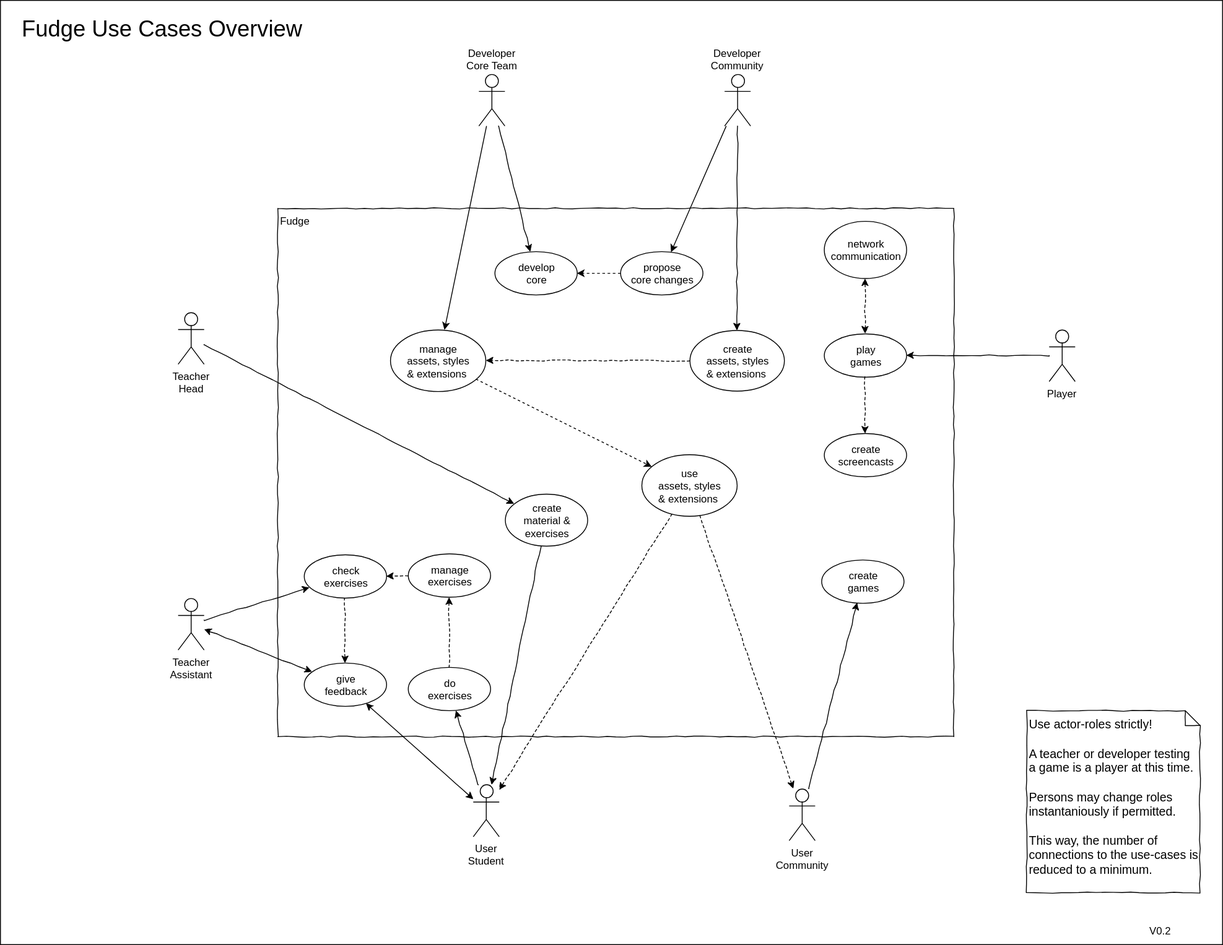
This is Documentation/Design/UseCasesOverview.svg from JirkaDellOro/FUDGE, a draw.io export, as it was before one commit. Source tidied: cells renumbered, new cells last; positions are measured from the earlier drawing's top-left corner, leaving out a move shared by most shapes. Source of this version:
```xml
<mxGraphModel background="#ffffff">
  <root>
    <mxCell id="0" />
    <mxCell id="1" value="Background" parent="0" />
    <mxCell id="2" style="rounded=0;whiteSpace=wrap;html=1;" parent="1" vertex="1">
      <mxGeometry width="1410" height="1090" as="geometry" />
    </mxCell>
    <mxCell id="3" value="&lt;div style=&quot;text-align: left&quot;&gt;&lt;span&gt;Fudge&lt;/span&gt;&lt;/div&gt;" style="rounded=0;whiteSpace=wrap;html=1;shadow=0;glass=0;comic=1;strokeColor=#000000;labelPosition=center;verticalLabelPosition=middle;align=left;verticalAlign=top;absoluteArcSize=1;arcSize=50;" parent="1" vertex="1">
      <mxGeometry x="320" y="240" width="780" height="610" as="geometry" />
    </mxCell>
    <mxCell id="4" value="&lt;div style=&quot;text-align: left&quot;&gt;&lt;span&gt;Use actor-roles strictly!&lt;/span&gt;&lt;/div&gt;&lt;div style=&quot;text-align: left&quot;&gt;&lt;span&gt;&lt;br&gt;&lt;/span&gt;&lt;/div&gt;&lt;div style=&quot;text-align: left&quot;&gt;&lt;span&gt;A teacher or developer testing a game is a player at this time.&lt;/span&gt;&lt;/div&gt;&lt;div style=&quot;text-align: left&quot;&gt;&lt;span&gt;&lt;br&gt;&lt;/span&gt;&lt;/div&gt;&lt;div style=&quot;text-align: left&quot;&gt;Persons may change roles instantaniously if permitted.&lt;/div&gt;&lt;div style=&quot;text-align: left&quot;&gt;&lt;br&gt;&lt;/div&gt;&lt;div style=&quot;text-align: left&quot;&gt;This way, the number of connections to the use-cases is reduced to a minimum.&lt;/div&gt;" style="shape=note;strokeWidth=1;fontSize=14;size=17;whiteSpace=wrap;html=1;rounded=0;shadow=0;comic=1;fillColor=#FFFFFF;align=left;labelPosition=center;verticalLabelPosition=middle;verticalAlign=top;" parent="1" vertex="1">
      <mxGeometry x="1184" y="820" width="200" height="210" as="geometry" />
    </mxCell>
    <mxCell id="5" value="Foreground" parent="0" />
    <mxCell id="6" style="edgeStyle=none;rounded=0;html=1;startArrow=none;startFill=0;jettySize=auto;comic=1;" parent="5" edge="1" source="7" target="15">
      <mxGeometry relative="1" as="geometry" />
    </mxCell>
    <mxCell id="7" value="&lt;span style=&quot;background-color: rgb(255 , 255 , 255)&quot;&gt;User&lt;br&gt;Student&lt;/span&gt;&lt;br&gt;" style="shape=umlActor;verticalLabelPosition=bottom;labelBackgroundColor=#ffffff;verticalAlign=top;html=1;outlineConnect=0;" parent="5" vertex="1">
      <mxGeometry x="545.5" y="905.5" width="30" height="60" as="geometry" />
    </mxCell>
    <mxCell id="8" value="create&lt;br&gt;games" style="ellipse;whiteSpace=wrap;html=1;rounded=1;shadow=0;strokeWidth=1;comic=1;" parent="5" vertex="1">
      <mxGeometry x="947.5" y="645.5" width="95" height="50" as="geometry" />
    </mxCell>
    <mxCell id="9" value="create&lt;br&gt;screencasts&lt;br&gt;" style="ellipse;whiteSpace=wrap;html=1;rounded=1;shadow=0;strokeWidth=1;comic=1;" parent="5" vertex="1">
      <mxGeometry x="950" y="500" width="95" height="50" as="geometry" />
    </mxCell>
    <mxCell id="10" style="edgeStyle=none;rounded=0;comic=1;html=1;startArrow=classic;startFill=1;jettySize=auto;dashed=1;" parent="5" edge="1" source="11" target="12">
      <mxGeometry relative="1" as="geometry" />
    </mxCell>
    <mxCell id="11" value="play&lt;br&gt;games" style="ellipse;whiteSpace=wrap;html=1;rounded=1;shadow=0;strokeWidth=1;comic=1;" parent="5" vertex="1">
      <mxGeometry x="950" y="384.5" width="95" height="50" as="geometry" />
    </mxCell>
    <mxCell id="12" value="network&lt;br&gt;communication&lt;br&gt;" style="ellipse;whiteSpace=wrap;html=1;rounded=1;shadow=0;strokeWidth=1;comic=1;" parent="5" vertex="1">
      <mxGeometry x="950" y="255" width="95" height="66" as="geometry" />
    </mxCell>
    <mxCell id="13" style="edgeStyle=none;rounded=0;html=1;jettySize=auto;startArrow=classic;startFill=1;" parent="5" edge="1" target="17">
      <mxGeometry relative="1" as="geometry" />
    </mxCell>
    <mxCell id="14" style="edgeStyle=none;rounded=0;html=1;dashed=1;startArrow=none;startFill=0;jettySize=auto;comic=1;" parent="5" edge="1" source="15" target="52">
      <mxGeometry relative="1" as="geometry" />
    </mxCell>
    <mxCell id="15" value="do&lt;br&gt;exercises&lt;br&gt;" style="ellipse;whiteSpace=wrap;html=1;rounded=1;shadow=0;strokeWidth=1;comic=1;" parent="5" vertex="1">
      <mxGeometry x="470.5" y="770" width="95" height="50" as="geometry" />
    </mxCell>
    <mxCell id="16" style="edgeStyle=none;rounded=0;html=1;jettySize=auto;startArrow=classic;startFill=1;comic=1;" parent="5" edge="1" source="17" target="7">
      <mxGeometry relative="1" as="geometry" />
    </mxCell>
    <mxCell id="17" value="give&lt;br&gt;feedback" style="ellipse;whiteSpace=wrap;html=1;rounded=1;shadow=0;strokeWidth=1;comic=1;" parent="5" vertex="1">
      <mxGeometry x="350" y="765" width="95" height="50" as="geometry" />
    </mxCell>
    <mxCell id="18" style="edgeStyle=none;rounded=0;html=1;startArrow=none;startFill=0;jettySize=auto;comic=1;" parent="5" edge="1" source="19" target="7">
      <mxGeometry relative="1" as="geometry" />
    </mxCell>
    <mxCell id="19" value="create&lt;br&gt;material &amp;amp;&lt;br&gt;exercises&lt;br&gt;" style="ellipse;whiteSpace=wrap;html=1;rounded=1;shadow=0;strokeWidth=1;comic=1;" parent="5" vertex="1">
      <mxGeometry x="582" y="570" width="95" height="60" as="geometry" />
    </mxCell>
    <mxCell id="20" value="create&lt;br&gt;assets, styles&lt;br&gt;&amp;amp; extensions&amp;nbsp;&lt;br&gt;" style="ellipse;whiteSpace=wrap;html=1;rounded=1;shadow=0;strokeWidth=1;comic=1;" parent="5" vertex="1">
      <mxGeometry x="795" y="381" width="109" height="70" as="geometry" />
    </mxCell>
    <mxCell id="21" style="rounded=0;html=1;startArrow=none;startFill=0;jettySize=auto;" parent="5" edge="1" source="34" target="24">
      <mxGeometry relative="1" as="geometry" />
    </mxCell>
    <mxCell id="22" value="develop&lt;br&gt;core&lt;br&gt;" style="ellipse;whiteSpace=wrap;html=1;rounded=1;shadow=0;strokeWidth=1;comic=1;" parent="5" vertex="1">
      <mxGeometry x="570" y="290" width="95" height="50" as="geometry" />
    </mxCell>
    <mxCell id="23" style="edgeStyle=none;rounded=0;html=1;dashed=1;startArrow=none;startFill=0;jettySize=auto;" parent="5" edge="1" source="24" target="22">
      <mxGeometry relative="1" as="geometry" />
    </mxCell>
    <mxCell id="24" value="propose&lt;br&gt;core changes&lt;br&gt;" style="ellipse;whiteSpace=wrap;html=1;rounded=1;shadow=0;strokeWidth=1;comic=1;" parent="5" vertex="1">
      <mxGeometry x="715.5" y="290" width="95" height="50" as="geometry" />
    </mxCell>
    <mxCell id="25" style="edgeStyle=none;rounded=0;html=1;jettySize=auto;" parent="5" edge="1" source="27">
      <mxGeometry relative="1" as="geometry" />
    </mxCell>
    <mxCell id="26" style="edgeStyle=none;rounded=0;html=1;startArrow=none;startFill=0;jettySize=auto;comic=1;" parent="5" edge="1" source="27" target="8">
      <mxGeometry relative="1" as="geometry" />
    </mxCell>
    <mxCell id="27" value="User&lt;br&gt;Community&lt;br&gt;" style="shape=umlActor;verticalLabelPosition=bottom;labelBackgroundColor=#ffffff;verticalAlign=top;html=1;outlineConnect=0;" parent="5" vertex="1">
      <mxGeometry x="910" y="910" width="30" height="60" as="geometry" />
    </mxCell>
    <mxCell id="28" style="edgeStyle=none;rounded=0;html=1;jettySize=auto;orthogonalLoop=1;" parent="5" edge="1">
      <mxGeometry relative="1" as="geometry">
        <mxPoint x="490" y="530" as="sourcePoint" />
      </mxGeometry>
    </mxCell>
    <mxCell id="29" style="edgeStyle=none;rounded=0;html=1;jettySize=auto;orthogonalLoop=1;" parent="5" edge="1">
      <mxGeometry relative="1" as="geometry" />
    </mxCell>
    <mxCell id="30" style="edgeStyle=none;rounded=0;html=1;startArrow=none;startFill=0;jettySize=auto;comic=1;" parent="5" edge="1" source="32" target="22">
      <mxGeometry relative="1" as="geometry" />
    </mxCell>
    <mxCell id="31" style="edgeStyle=none;rounded=0;html=1;jettySize=auto;" parent="5" edge="1" source="32" target="50">
      <mxGeometry relative="1" as="geometry" />
    </mxCell>
    <mxCell id="32" value="Developer&lt;br&gt;Core Team&lt;br&gt;" style="shape=umlActor;verticalLabelPosition=top;labelBackgroundColor=#ffffff;verticalAlign=bottom;html=1;outlineConnect=0;labelPosition=center;align=center;" parent="5" vertex="1">
      <mxGeometry x="552" y="85" width="30" height="60" as="geometry" />
    </mxCell>
    <mxCell id="33" style="edgeStyle=none;rounded=0;html=1;startArrow=none;startFill=0;jettySize=auto;comic=1;" parent="5" edge="1" source="34" target="20">
      <mxGeometry relative="1" as="geometry" />
    </mxCell>
    <mxCell id="34" value="Developer&lt;br&gt;Community&lt;br&gt;" style="shape=umlActor;verticalLabelPosition=top;labelBackgroundColor=#ffffff;verticalAlign=bottom;html=1;outlineConnect=0;labelPosition=center;align=center;" parent="5" vertex="1">
      <mxGeometry x="835.5" y="85" width="30" height="60" as="geometry" />
    </mxCell>
    <mxCell id="35" style="edgeStyle=none;rounded=0;html=1;startArrow=none;startFill=0;jettySize=auto;comic=1;" parent="5" edge="1" source="37" target="19">
      <mxGeometry relative="1" as="geometry" />
    </mxCell>
    <mxCell id="36" style="edgeStyle=none;rounded=0;comic=1;html=1;startArrow=none;startFill=0;jettySize=auto;dashed=1;" parent="5" edge="1" source="11" target="9">
      <mxGeometry relative="1" as="geometry" />
    </mxCell>
    <mxCell id="37" value="Teacher&lt;br&gt;Head&lt;br&gt;" style="shape=umlActor;verticalLabelPosition=bottom;labelBackgroundColor=#ffffff;verticalAlign=top;html=1;outlineConnect=0;" parent="5" vertex="1">
      <mxGeometry x="205" y="360" width="30" height="60" as="geometry" />
    </mxCell>
    <mxCell id="38" style="edgeStyle=none;rounded=0;html=1;startArrow=none;startFill=0;jettySize=auto;comic=1;" parent="5" edge="1" source="39" target="11">
      <mxGeometry relative="1" as="geometry" />
    </mxCell>
    <mxCell id="39" value="Player&lt;br&gt;" style="shape=umlActor;verticalLabelPosition=bottom;labelBackgroundColor=#ffffff;verticalAlign=top;html=1;outlineConnect=0;direction=east;" parent="5" vertex="1">
      <mxGeometry x="1210" y="380" width="30" height="60" as="geometry" />
    </mxCell>
    <mxCell id="40" style="edgeStyle=none;rounded=0;html=1;startArrow=classic;startFill=1;jettySize=auto;comic=1;" parent="5" edge="1" source="41" target="17">
      <mxGeometry relative="1" as="geometry" />
    </mxCell>
    <mxCell id="41" value="Teacher&lt;br&gt;Assistant&lt;br&gt;" style="shape=umlActor;verticalLabelPosition=bottom;labelBackgroundColor=#ffffff;verticalAlign=top;html=1;outlineConnect=0;" parent="5" vertex="1">
      <mxGeometry x="205" y="690" width="30" height="60" as="geometry" />
    </mxCell>
    <mxCell id="42" style="edgeStyle=none;rounded=0;html=1;jettySize=auto;comic=1;" parent="5" edge="1" source="41" target="44">
      <mxGeometry relative="1" as="geometry" />
    </mxCell>
    <mxCell id="43" style="edgeStyle=none;rounded=0;html=1;dashed=1;startArrow=none;startFill=0;jettySize=auto;comic=1;" parent="5" edge="1" source="44" target="17">
      <mxGeometry relative="1" as="geometry" />
    </mxCell>
    <mxCell id="44" value="check&lt;br&gt;exercises" style="ellipse;whiteSpace=wrap;html=1;rounded=1;shadow=0;strokeWidth=1;comic=1;" parent="5" vertex="1">
      <mxGeometry x="350" y="640" width="95" height="50" as="geometry" />
    </mxCell>
    <mxCell id="45" style="edgeStyle=none;rounded=0;html=1;jettySize=auto;dashed=1;comic=1;" parent="5" edge="1" source="20" target="50">
      <mxGeometry relative="1" as="geometry" />
    </mxCell>
    <mxCell id="46" style="edgeStyle=none;rounded=0;html=1;jettySize=auto;comic=1;dashed=1;" parent="5" edge="1" source="49" target="7">
      <mxGeometry relative="1" as="geometry" />
    </mxCell>
    <mxCell id="47" style="edgeStyle=none;rounded=0;html=1;jettySize=auto;comic=1;dashed=1;" parent="5" edge="1" source="49" target="27">
      <mxGeometry relative="1" as="geometry" />
    </mxCell>
    <mxCell id="48" style="rounded=0;html=1;jettySize=auto;dashed=1;" parent="5" edge="1" source="50" target="49">
      <mxGeometry relative="1" as="geometry" />
    </mxCell>
    <mxCell id="49" value="use&lt;br&gt;assets, styles&lt;br&gt;&amp;amp; extensions&amp;nbsp;&lt;br&gt;" style="ellipse;whiteSpace=wrap;html=1;rounded=1;shadow=0;strokeWidth=1;comic=1;" parent="5" vertex="1">
      <mxGeometry x="740" y="524.5" width="110" height="71" as="geometry" />
    </mxCell>
    <mxCell id="50" value="manage&lt;br&gt;assets, styles&lt;br&gt;&amp;amp; extensions&amp;nbsp;&lt;br&gt;" style="ellipse;whiteSpace=wrap;html=1;rounded=1;shadow=0;strokeWidth=1;comic=1;" parent="5" vertex="1">
      <mxGeometry x="450" y="380" width="110" height="71" as="geometry" />
    </mxCell>
    <mxCell id="51" style="edgeStyle=none;rounded=0;html=1;startArrow=none;startFill=0;jettySize=auto;dashed=1;comic=1;" parent="5" edge="1" source="52" target="44">
      <mxGeometry relative="1" as="geometry" />
    </mxCell>
    <mxCell id="52" value="manage&lt;br&gt;exercises&lt;br&gt;" style="ellipse;whiteSpace=wrap;html=1;rounded=1;shadow=0;strokeWidth=1;comic=1;" parent="5" vertex="1">
      <mxGeometry x="470" y="639" width="95" height="50" as="geometry" />
    </mxCell>
    <mxCell id="53" value="&lt;font style=&quot;font-size: 26px&quot;&gt;Fudge Use Cases Overview&lt;/font&gt;" style="text;html=1;align=left;verticalAlign=top;spacingTop=-4;" parent="5" vertex="1">
      <mxGeometry x="23" y="15" width="340" height="20" as="geometry" />
    </mxCell>
    <mxCell id="54" value="V0.2&amp;nbsp;" style="text;html=1;align=left;verticalAlign=top;spacingTop=-4;" parent="5" vertex="1">
      <mxGeometry x="1324" y="1065" width="40" height="20" as="geometry" />
    </mxCell>
  </root>
</mxGraphModel>
```
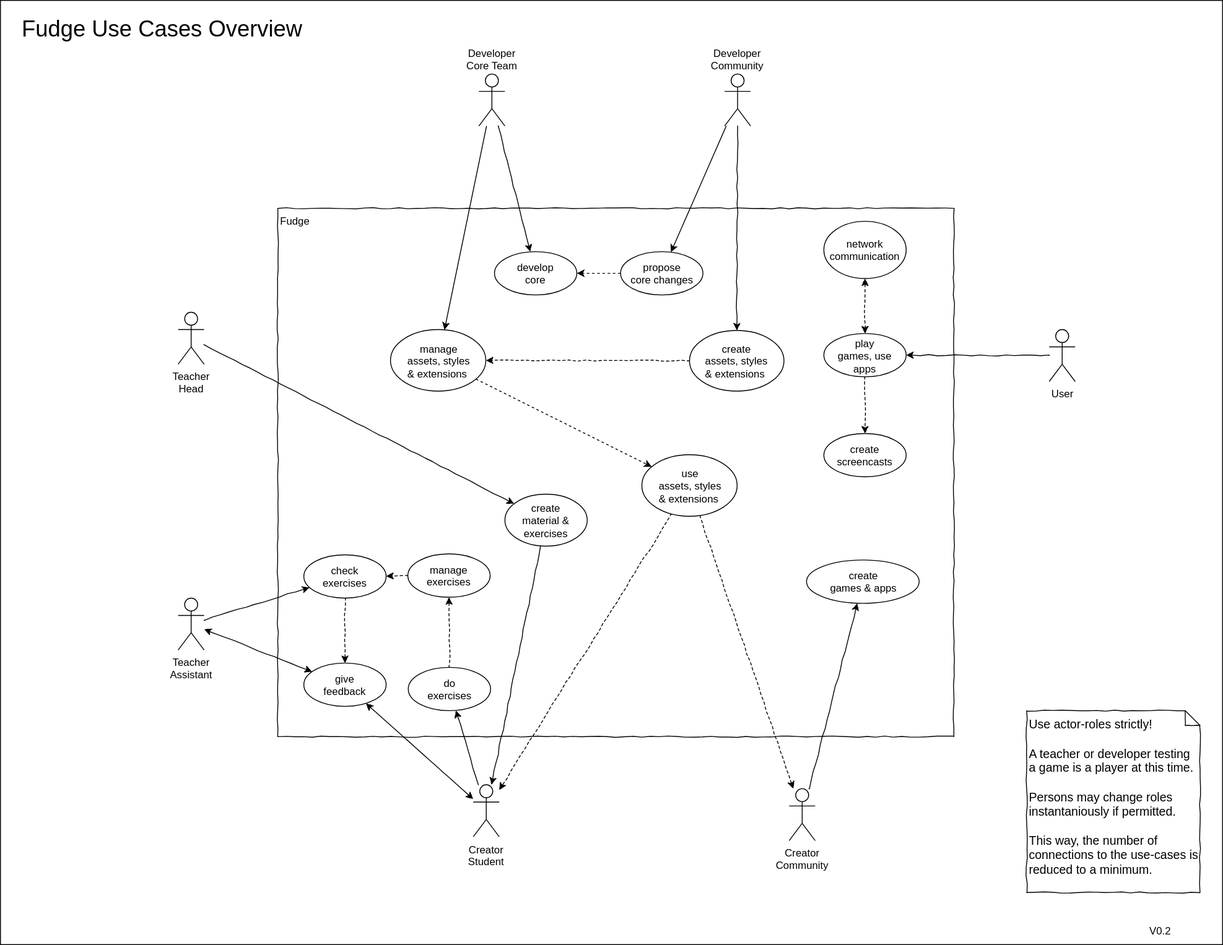
The same diagram one commit later.

Commit message:
User -> Creator, Player -> User

Change to the diagram source:
```diff
@@ -15,11 +15,11 @@
     <mxCell id="6" style="edgeStyle=none;rounded=0;html=1;startArrow=none;startFill=0;jettySize=auto;comic=1;" parent="5" edge="1" source="7" target="15">
       <mxGeometry relative="1" as="geometry" />
     </mxCell>
-    <mxCell id="7" value="&lt;span style=&quot;background-color: rgb(255 , 255 , 255)&quot;&gt;User&lt;br&gt;Student&lt;/span&gt;&lt;br&gt;" style="shape=umlActor;verticalLabelPosition=bottom;labelBackgroundColor=#ffffff;verticalAlign=top;html=1;outlineConnect=0;" parent="5" vertex="1">
+    <mxCell id="7" value="&lt;span style=&quot;background-color: rgb(255 , 255 , 255)&quot;&gt;Creator&lt;br&gt;Student&lt;/span&gt;" style="shape=umlActor;verticalLabelPosition=bottom;labelBackgroundColor=#ffffff;verticalAlign=top;html=1;outlineConnect=0;" parent="5" vertex="1">
       <mxGeometry x="545.5" y="905.5" width="30" height="60" as="geometry" />
     </mxCell>
-    <mxCell id="8" value="create&lt;br&gt;games" style="ellipse;whiteSpace=wrap;html=1;rounded=1;shadow=0;strokeWidth=1;comic=1;" parent="5" vertex="1">
-      <mxGeometry x="947.5" y="645.5" width="95" height="50" as="geometry" />
+    <mxCell id="8" value="create&lt;br&gt;games &amp;amp; apps" style="ellipse;whiteSpace=wrap;html=1;rounded=1;shadow=0;strokeWidth=1;comic=1;" parent="5" vertex="1">
+      <mxGeometry x="930" y="646" width="130" height="50" as="geometry" />
     </mxCell>
     <mxCell id="9" value="create&lt;br&gt;screencasts&lt;br&gt;" style="ellipse;whiteSpace=wrap;html=1;rounded=1;shadow=0;strokeWidth=1;comic=1;" parent="5" vertex="1">
       <mxGeometry x="950" y="500" width="95" height="50" as="geometry" />
@@ -27,7 +27,7 @@
     <mxCell id="10" style="edgeStyle=none;rounded=0;comic=1;html=1;startArrow=classic;startFill=1;jettySize=auto;dashed=1;" parent="5" edge="1" source="11" target="12">
       <mxGeometry relative="1" as="geometry" />
     </mxCell>
-    <mxCell id="11" value="play&lt;br&gt;games" style="ellipse;whiteSpace=wrap;html=1;rounded=1;shadow=0;strokeWidth=1;comic=1;" parent="5" vertex="1">
+    <mxCell id="11" value="play&lt;br&gt;games, use &lt;br&gt;apps" style="ellipse;whiteSpace=wrap;html=1;rounded=1;shadow=0;strokeWidth=1;comic=1;" parent="5" vertex="1">
       <mxGeometry x="950" y="384.5" width="95" height="50" as="geometry" />
     </mxCell>
     <mxCell id="12" value="network&lt;br&gt;communication&lt;br&gt;" style="ellipse;whiteSpace=wrap;html=1;rounded=1;shadow=0;strokeWidth=1;comic=1;" parent="5" vertex="1">
@@ -75,7 +75,7 @@
     <mxCell id="26" style="edgeStyle=none;rounded=0;html=1;startArrow=none;startFill=0;jettySize=auto;comic=1;" parent="5" edge="1" source="27" target="8">
       <mxGeometry relative="1" as="geometry" />
     </mxCell>
-    <mxCell id="27" value="User&lt;br&gt;Community&lt;br&gt;" style="shape=umlActor;verticalLabelPosition=bottom;labelBackgroundColor=#ffffff;verticalAlign=top;html=1;outlineConnect=0;" parent="5" vertex="1">
+    <mxCell id="27" value="Creator&lt;br&gt;Community" style="shape=umlActor;verticalLabelPosition=bottom;labelBackgroundColor=#ffffff;verticalAlign=top;html=1;outlineConnect=0;" parent="5" vertex="1">
       <mxGeometry x="910" y="910" width="30" height="60" as="geometry" />
     </mxCell>
     <mxCell id="28" style="edgeStyle=none;rounded=0;html=1;jettySize=auto;orthogonalLoop=1;" parent="5" edge="1">
@@ -113,7 +113,7 @@
     <mxCell id="38" style="edgeStyle=none;rounded=0;html=1;startArrow=none;startFill=0;jettySize=auto;comic=1;" parent="5" edge="1" source="39" target="11">
       <mxGeometry relative="1" as="geometry" />
     </mxCell>
-    <mxCell id="39" value="Player&lt;br&gt;" style="shape=umlActor;verticalLabelPosition=bottom;labelBackgroundColor=#ffffff;verticalAlign=top;html=1;outlineConnect=0;direction=east;" parent="5" vertex="1">
+    <mxCell id="39" value="User" style="shape=umlActor;verticalLabelPosition=bottom;labelBackgroundColor=#ffffff;verticalAlign=top;html=1;outlineConnect=0;direction=east;" parent="5" vertex="1">
       <mxGeometry x="1210" y="380" width="30" height="60" as="geometry" />
     </mxCell>
     <mxCell id="40" style="edgeStyle=none;rounded=0;html=1;startArrow=classic;startFill=1;jettySize=auto;comic=1;" parent="5" edge="1" source="41" target="17">
```
